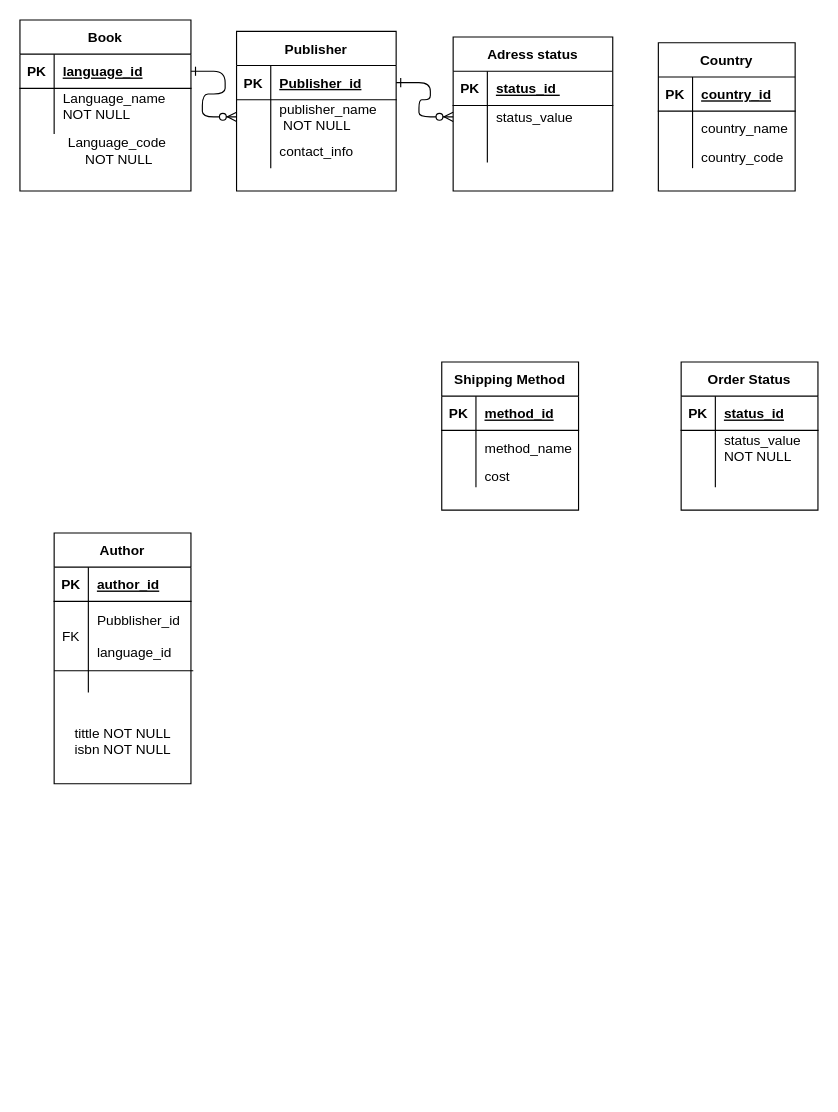
Joy-kitet/DatabaseGroupAssignment keeps this draw.io diagram as Untitled Diagram.drawio. Above is the earlier version. Source tidied: cells renumbered, new cells numbered last; positions are measured from the earlier drawing's top-left corner, leaving out a move shared by most shapes. Both pictures are drawn from the tidied source at 114%, with x=0, y=0 at pixel (19, 19).
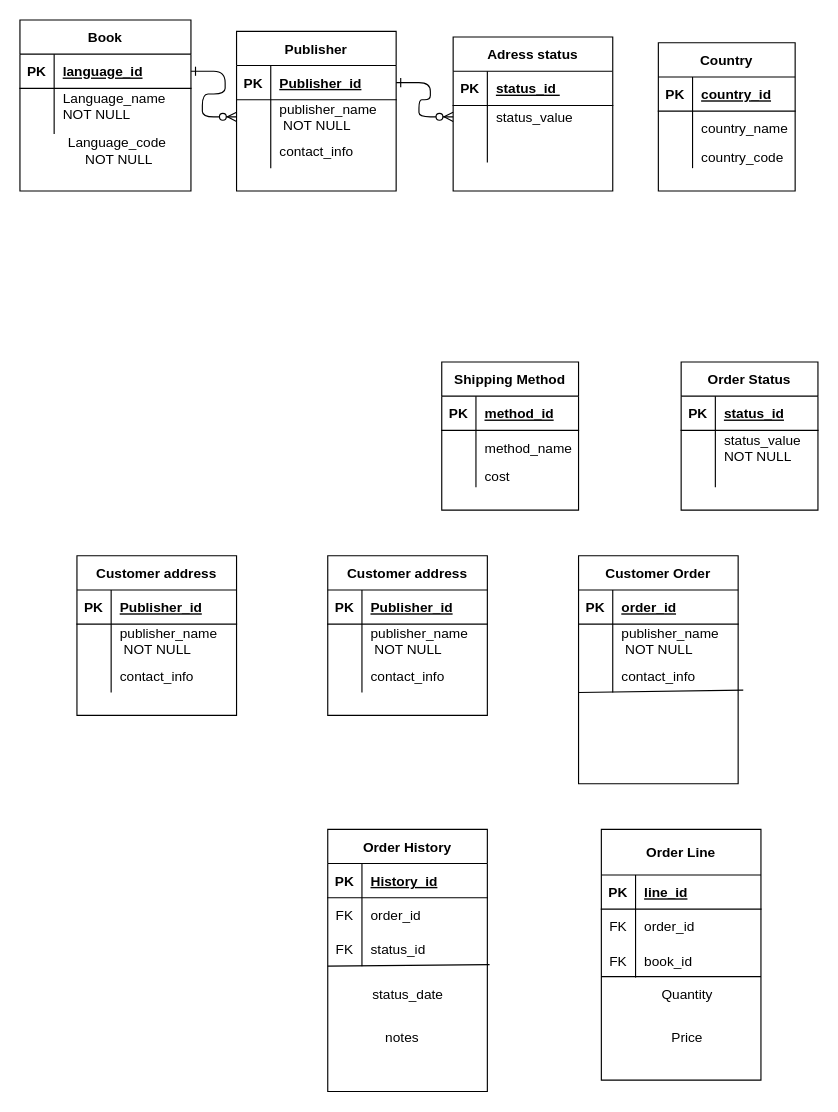
The same diagram, later.

Diff of the diagram source:
```diff
@@
-    <mxCell id="63" value="Author" style="shape=table;startSize=30;childLayout=tableLayout;rowLines=0;fontStyle=1;align=center;" parent="1" vertex="1">
-      <mxGeometry x="30" y="450" width="120" height="220" as="geometry" />
-    </mxCell>
-    <mxCell id="64" style="shape=partialRectangle;fillColor=none;top=0;left=0;right=0;bottom=1;" parent="63" vertex="1">
-      <mxGeometry y="30" width="120" height="30" as="geometry" />
-    </mxCell>
-    <mxCell id="65" value="PK" style="shape=partialRectangle;overflow=hidden;fillColor=none;top=0;left=0;bottom=0;right=0;fontStyle=1;" parent="64" vertex="1">
-      <mxGeometry width="30" height="30" as="geometry" />
-    </mxCell>
-    <mxCell id="66" value="author_id" style="shape=partialRectangle;overflow=hidden;fillColor=none;top=0;left=0;bottom=0;right=0;align=left;spacingLeft=6;fontStyle=5;" parent="64" vertex="1">
-      <mxGeometry x="30" width="90" height="30" as="geometry" />
-    </mxCell>
-    <mxCell id="67" style="shape=partialRectangle;fillColor=none;top=0;left=0;right=0;bottom=0;" parent="63" vertex="1">
-      <mxGeometry y="60" width="120" height="60" as="geometry" />
-    </mxCell>
-    <mxCell id="68" value="FK" style="shape=partialRectangle;overflow=hidden;fillColor=none;top=0;left=0;bottom=0;right=0;" parent="67" vertex="1">
-      <mxGeometry width="30" height="60" as="geometry" />
-    </mxCell>
-    <mxCell id="69" value="Pubblisher_id&#10;&#10;language_id" style="shape=partialRectangle;overflow=hidden;fillColor=none;top=0;left=0;bottom=0;right=0;align=left;spacingLeft=6;" parent="67" vertex="1">
-      <mxGeometry x="30" width="90" height="60" as="geometry" />
-    </mxCell>
-    <mxCell id="70" style="shape=partialRectangle;fillColor=none;points=[[0,0.5],[1,0.5]];portConstraint=eastwest;top=0;left=0;right=0;bottom=0;" parent="63" vertex="1">
-      <mxGeometry y="120" width="120" height="20" as="geometry" />
-    </mxCell>
-    <mxCell id="71" style="shape=partialRectangle;overflow=hidden;fillColor=none;top=0;left=0;bottom=0;right=0;" parent="70" vertex="1">
-      <mxGeometry width="30" height="20" as="geometry" />
-    </mxCell>
-    <mxCell id="72" style="shape=partialRectangle;overflow=hidden;fillColor=none;top=0;left=0;bottom=0;right=0;align=left;spacingLeft=6;" parent="70" vertex="1">
-      <mxGeometry x="30" width="90" height="20" as="geometry" />
-    </mxCell>
-    <mxCell id="73" style="endArrow=none;html=1;rounded=0;exitX=0;exitY=0.043;exitDx=0;exitDy=0;exitPerimeter=0;entryX=1.017;entryY=0.043;entryDx=0;entryDy=0;entryPerimeter=0;" parent="63" edge="1" source="70" target="70">
-      <mxGeometry relative="1" as="geometry" />
-    </mxCell>
-    <mxCell id="74" value="tittle NOT NULL&lt;div&gt;isbn NOT NULL&lt;/div&gt;&lt;div&gt;&amp;nbsp;&lt;/div&gt;" style="text;html=1;align=center;verticalAlign=middle;strokeColor=none;fillColor=none;" parent="1" vertex="1">
-      <mxGeometry x="35" y="610" width="110" height="60" as="geometry" />
-    </mxCell>
+    <mxCell id="75" value="Customer address" style="shape=table;startSize=30;childLayout=tableLayout;rowLines=0;fontStyle=1;align=center;" parent="1" vertex="1">
+      <mxGeometry x="270" y="470" width="140" height="140" as="geometry" />
+    </mxCell>
+    <mxCell id="76" style="shape=partialRectangle;fillColor=none;top=0;left=0;right=0;bottom=1;" parent="75" vertex="1">
+      <mxGeometry y="30" width="140" height="30" as="geometry" />
+    </mxCell>
+    <mxCell id="77" value="PK" style="shape=partialRectangle;overflow=hidden;fillColor=none;top=0;left=0;bottom=0;right=0;fontStyle=1;" parent="76" vertex="1">
+      <mxGeometry width="30" height="30" as="geometry" />
+    </mxCell>
+    <mxCell id="78" value="Publisher_id" style="shape=partialRectangle;overflow=hidden;fillColor=none;top=0;left=0;bottom=0;right=0;align=left;spacingLeft=6;fontStyle=5;" parent="76" vertex="1">
+      <mxGeometry x="30" width="110" height="30" as="geometry" />
+    </mxCell>
+    <mxCell id="79" style="shape=partialRectangle;fillColor=none;top=0;left=0;right=0;bottom=0;" parent="75" vertex="1">
+      <mxGeometry y="60" width="140" height="30" as="geometry" />
+    </mxCell>
+    <mxCell id="80" style="shape=partialRectangle;overflow=hidden;fillColor=none;top=0;left=0;bottom=0;right=0;" parent="79" vertex="1">
+      <mxGeometry width="30" height="30" as="geometry" />
+    </mxCell>
+    <mxCell id="81" value="publisher_name&#10; NOT NULL" style="shape=partialRectangle;overflow=hidden;fillColor=none;top=0;left=0;bottom=0;right=0;align=left;spacingLeft=6;" parent="79" vertex="1">
+      <mxGeometry x="30" width="110" height="30" as="geometry" />
+    </mxCell>
+    <mxCell id="82" style="shape=partialRectangle;fillColor=none;top=0;left=0;right=0;bottom=0;" parent="75" vertex="1">
+      <mxGeometry y="90" width="140" height="30" as="geometry" />
+    </mxCell>
+    <mxCell id="83" style="shape=partialRectangle;overflow=hidden;fillColor=none;top=0;left=0;bottom=0;right=0;" parent="82" vertex="1">
+      <mxGeometry width="30" height="30" as="geometry" />
+    </mxCell>
+    <mxCell id="84" value="contact_info" style="shape=partialRectangle;overflow=hidden;fillColor=none;top=0;left=0;bottom=0;right=0;align=left;spacingLeft=6;" parent="82" vertex="1">
+      <mxGeometry x="30" width="110" height="30" as="geometry" />
+    </mxCell>
+    <mxCell id="85" value="Customer Order" style="shape=table;startSize=30;childLayout=tableLayout;rowLines=0;fontStyle=1;align=center;" parent="1" vertex="1">
+      <mxGeometry x="490" y="470" width="140" height="200" as="geometry" />
+    </mxCell>
+    <mxCell id="86" style="shape=partialRectangle;fillColor=none;top=0;left=0;right=0;bottom=1;" parent="85" vertex="1">
+      <mxGeometry y="30" width="140" height="30" as="geometry" />
+    </mxCell>
+    <mxCell id="87" value="PK" style="shape=partialRectangle;overflow=hidden;fillColor=none;top=0;left=0;bottom=0;right=0;fontStyle=1;" parent="86" vertex="1">
+      <mxGeometry width="30" height="30" as="geometry" />
+    </mxCell>
+    <mxCell id="88" value="order_id" style="shape=partialRectangle;overflow=hidden;fillColor=none;top=0;left=0;bottom=0;right=0;align=left;spacingLeft=6;fontStyle=5;" parent="86" vertex="1">
+      <mxGeometry x="30" width="110" height="30" as="geometry" />
+    </mxCell>
+    <mxCell id="89" style="shape=partialRectangle;fillColor=none;top=0;left=0;right=0;bottom=0;" parent="85" vertex="1">
+      <mxGeometry y="60" width="140" height="30" as="geometry" />
+    </mxCell>
+    <mxCell id="90" style="shape=partialRectangle;overflow=hidden;fillColor=none;top=0;left=0;bottom=0;right=0;" parent="89" vertex="1">
+      <mxGeometry width="30" height="30" as="geometry" />
+    </mxCell>
+    <mxCell id="91" value="publisher_name&#10; NOT NULL" style="shape=partialRectangle;overflow=hidden;fillColor=none;top=0;left=0;bottom=0;right=0;align=left;spacingLeft=6;" parent="89" vertex="1">
+      <mxGeometry x="30" width="110" height="30" as="geometry" />
+    </mxCell>
+    <mxCell id="92" style="shape=partialRectangle;fillColor=none;points=[[0,0.5],[1,0.5]];portConstraint=eastwest;top=0;left=0;right=0;bottom=0;" parent="85" vertex="1">
+      <mxGeometry y="90" width="140" height="30" as="geometry" />
+    </mxCell>
+    <mxCell id="93" style="shape=partialRectangle;overflow=hidden;fillColor=none;top=0;left=0;bottom=0;right=0;" parent="92" vertex="1">
+      <mxGeometry width="30" height="30" as="geometry" />
+    </mxCell>
+    <mxCell id="94" value="contact_info" style="shape=partialRectangle;overflow=hidden;fillColor=none;top=0;left=0;bottom=0;right=0;align=left;spacingLeft=6;" parent="92" vertex="1">
+      <mxGeometry x="30" width="110" height="30" as="geometry" />
+    </mxCell>
+    <mxCell id="95" value="Order History" style="shape=table;startSize=30;childLayout=tableLayout;rowLines=0;fontStyle=1;align=center;" parent="1" vertex="1">
+      <mxGeometry x="270" y="710" width="140" height="230" as="geometry" />
+    </mxCell>
+    <mxCell id="96" style="shape=partialRectangle;fillColor=none;top=0;left=0;right=0;bottom=1;" parent="95" vertex="1">
+      <mxGeometry y="30" width="140" height="30" as="geometry" />
+    </mxCell>
+    <mxCell id="97" value="PK" style="shape=partialRectangle;overflow=hidden;fillColor=none;top=0;left=0;bottom=0;right=0;fontStyle=1;" parent="96" vertex="1">
+      <mxGeometry width="30" height="30" as="geometry" />
+    </mxCell>
+    <mxCell id="98" value="History_id" style="shape=partialRectangle;overflow=hidden;fillColor=none;top=0;left=0;bottom=0;right=0;align=left;spacingLeft=6;fontStyle=5;" parent="96" vertex="1">
+      <mxGeometry x="30" width="110" height="30" as="geometry" />
+    </mxCell>
+    <mxCell id="99" style="shape=partialRectangle;fillColor=none;top=0;left=0;right=0;bottom=0;" parent="95" vertex="1">
+      <mxGeometry y="60" width="140" height="30" as="geometry" />
+    </mxCell>
+    <mxCell id="100" value="FK" style="shape=partialRectangle;overflow=hidden;fillColor=none;top=0;left=0;bottom=0;right=0;" parent="99" vertex="1">
+      <mxGeometry width="30" height="30" as="geometry" />
+    </mxCell>
+    <mxCell id="101" value="order_id" style="shape=partialRectangle;overflow=hidden;fillColor=none;top=0;left=0;bottom=0;right=0;align=left;spacingLeft=6;" parent="99" vertex="1">
+      <mxGeometry x="30" width="110" height="30" as="geometry" />
+    </mxCell>
+    <mxCell id="102" style="shape=partialRectangle;fillColor=none;points=[[0,0.5],[1,0.5]];portConstraint=eastwest;top=0;left=0;right=0;bottom=0;" parent="95" vertex="1">
+      <mxGeometry y="90" width="140" height="30" as="geometry" />
+    </mxCell>
+    <mxCell id="103" value="FK" style="shape=partialRectangle;overflow=hidden;fillColor=none;top=0;left=0;bottom=0;right=0;" parent="102" vertex="1">
+      <mxGeometry width="30" height="30" as="geometry" />
+    </mxCell>
+    <mxCell id="104" value="status_id" style="shape=partialRectangle;overflow=hidden;fillColor=none;top=0;left=0;bottom=0;right=0;align=left;spacingLeft=6;" parent="102" vertex="1">
+      <mxGeometry x="30" width="110" height="30" as="geometry" />
+    </mxCell>
+    <mxCell id="105" style="endArrow=none;html=1;rounded=0;exitX=1.014;exitY=0.956;exitDx=0;exitDy=0;exitPerimeter=0;" parent="1" edge="1" source="102">
+      <mxGeometry relative="1" as="geometry">
+        <mxPoint x="270" y="830" as="targetPoint" />
+      </mxGeometry>
+    </mxCell>
+    <mxCell id="106" value="status_date" style="text;html=1;align=center;verticalAlign=middle;strokeColor=none;fillColor=none;" parent="1" vertex="1">
+      <mxGeometry x="295" y="840" width="90" height="30" as="geometry" />
+    </mxCell>
+    <mxCell id="107" value="notes" style="text;html=1;align=center;verticalAlign=middle;strokeColor=none;fillColor=none;" parent="1" vertex="1">
+      <mxGeometry x="310" y="878" width="50" height="30" as="geometry" />
+    </mxCell>
+    <mxCell id="108" value="Customer address" style="shape=table;startSize=30;childLayout=tableLayout;rowLines=0;fontStyle=1;align=center;" parent="1" vertex="1">
+      <mxGeometry x="50" y="470" width="140" height="140" as="geometry" />
+    </mxCell>
+    <mxCell id="109" style="shape=partialRectangle;fillColor=none;top=0;left=0;right=0;bottom=1;" parent="108" vertex="1">
+      <mxGeometry y="30" width="140" height="30" as="geometry" />
+    </mxCell>
+    <mxCell id="110" value="PK" style="shape=partialRectangle;overflow=hidden;fillColor=none;top=0;left=0;bottom=0;right=0;fontStyle=1;" parent="109" vertex="1">
+      <mxGeometry width="30" height="30" as="geometry" />
+    </mxCell>
+    <mxCell id="111" value="Publisher_id" style="shape=partialRectangle;overflow=hidden;fillColor=none;top=0;left=0;bottom=0;right=0;align=left;spacingLeft=6;fontStyle=5;" parent="109" vertex="1">
+      <mxGeometry x="30" width="110" height="30" as="geometry" />
+    </mxCell>
+    <mxCell id="112" style="shape=partialRectangle;fillColor=none;top=0;left=0;right=0;bottom=0;" parent="108" vertex="1">
+      <mxGeometry y="60" width="140" height="30" as="geometry" />
+    </mxCell>
+    <mxCell id="113" style="shape=partialRectangle;overflow=hidden;fillColor=none;top=0;left=0;bottom=0;right=0;" parent="112" vertex="1">
+      <mxGeometry width="30" height="30" as="geometry" />
+    </mxCell>
+    <mxCell id="114" value="publisher_name&#10; NOT NULL" style="shape=partialRectangle;overflow=hidden;fillColor=none;top=0;left=0;bottom=0;right=0;align=left;spacingLeft=6;" parent="112" vertex="1">
+      <mxGeometry x="30" width="110" height="30" as="geometry" />
+    </mxCell>
+    <mxCell id="115" style="shape=partialRectangle;fillColor=none;top=0;left=0;right=0;bottom=0;" parent="108" vertex="1">
+      <mxGeometry y="90" width="140" height="30" as="geometry" />
+    </mxCell>
+    <mxCell id="116" style="shape=partialRectangle;overflow=hidden;fillColor=none;top=0;left=0;bottom=0;right=0;" parent="115" vertex="1">
+      <mxGeometry width="30" height="30" as="geometry" />
+    </mxCell>
+    <mxCell id="117" value="contact_info" style="shape=partialRectangle;overflow=hidden;fillColor=none;top=0;left=0;bottom=0;right=0;align=left;spacingLeft=6;" parent="115" vertex="1">
+      <mxGeometry x="30" width="110" height="30" as="geometry" />
+    </mxCell>
+    <mxCell id="118" style="group;" parent="1" vertex="1">
+      <mxGeometry x="510" y="710" width="140" height="220" as="geometry" />
+    </mxCell>
+    <mxCell id="119" style="group;" parent="118" vertex="1">
+      <mxGeometry width="140" height="220" as="geometry" />
+    </mxCell>
+    <mxCell id="120" value="Order Line" style="shape=table;startSize=40;childLayout=tableLayout;rowLines=0;fontStyle=1;align=center;" parent="119" vertex="1">
+      <mxGeometry width="140" height="220" as="geometry" />
+    </mxCell>
+    <mxCell id="121" style="shape=partialRectangle;fillColor=none;top=0;left=0;right=0;bottom=1;" parent="120" vertex="1">
+      <mxGeometry y="40" width="140" height="30" as="geometry" />
+    </mxCell>
+    <mxCell id="122" value="PK" style="shape=partialRectangle;overflow=hidden;fillColor=none;top=0;left=0;bottom=0;right=0;fontStyle=1;" parent="121" vertex="1">
+      <mxGeometry width="30" height="30" as="geometry" />
+    </mxCell>
+    <mxCell id="123" value="line_id" style="shape=partialRectangle;overflow=hidden;fillColor=none;top=0;left=0;bottom=0;right=0;align=left;spacingLeft=6;fontStyle=5;" parent="121" vertex="1">
+      <mxGeometry x="30" width="110" height="30" as="geometry" />
+    </mxCell>
+    <mxCell id="124" style="shape=partialRectangle;fillColor=none;top=0;left=0;right=0;bottom=0;" parent="120" vertex="1">
+      <mxGeometry y="70" width="140" height="30" as="geometry" />
+    </mxCell>
+    <mxCell id="125" value="FK" style="shape=partialRectangle;overflow=hidden;fillColor=none;top=0;left=0;bottom=0;right=0;" parent="124" vertex="1">
+      <mxGeometry width="30" height="30" as="geometry" />
+    </mxCell>
+    <mxCell id="126" value="order_id" style="shape=partialRectangle;overflow=hidden;fillColor=none;top=0;left=0;bottom=0;right=0;align=left;spacingLeft=6;" parent="124" vertex="1">
+      <mxGeometry x="30" width="110" height="30" as="geometry" />
+    </mxCell>
+    <mxCell id="127" style="shape=partialRectangle;fillColor=none;top=0;left=0;right=0;bottom=0;" parent="120" vertex="1">
+      <mxGeometry y="100" width="140" height="30" as="geometry" />
+    </mxCell>
+    <mxCell id="128" value="FK" style="shape=partialRectangle;overflow=hidden;fillColor=none;top=0;left=0;bottom=0;right=0;" parent="127" vertex="1">
+      <mxGeometry width="30" height="30" as="geometry" />
+    </mxCell>
+    <mxCell id="129" value="book_id" style="shape=partialRectangle;overflow=hidden;fillColor=none;top=0;left=0;bottom=0;right=0;align=left;spacingLeft=6;" parent="127" vertex="1">
+      <mxGeometry x="30" width="110" height="30" as="geometry" />
+    </mxCell>
+    <mxCell id="130" style="endArrow=none;html=1;rounded=0;" parent="119" edge="1">
+      <mxGeometry relative="1" as="geometry">
+        <mxPoint x="140" y="129.2" as="sourcePoint" />
+        <mxPoint y="129.2" as="targetPoint" />
+      </mxGeometry>
+    </mxCell>
+    <mxCell id="131" value="Quantity" style="text;html=1;align=center;verticalAlign=middle;strokeColor=none;fillColor=none;" parent="119" vertex="1">
+      <mxGeometry x="40" y="130" width="70" height="30" as="geometry" />
+    </mxCell>
+    <mxCell id="132" value="Price" style="text;html=1;align=center;verticalAlign=middle;strokeColor=none;fillColor=none;" parent="119" vertex="1">
+      <mxGeometry x="50" y="168" width="50" height="30" as="geometry" />
+    </mxCell>
+    <mxCell id="133" style="endArrow=none;html=1;rounded=0;exitX=1.032;exitY=0.928;exitDx=0;exitDy=0;exitPerimeter=0;" parent="1" edge="1" source="92">
+      <mxGeometry relative="1" as="geometry">
+        <mxPoint x="490" y="590" as="targetPoint" />
+      </mxGeometry>
+    </mxCell>
```
